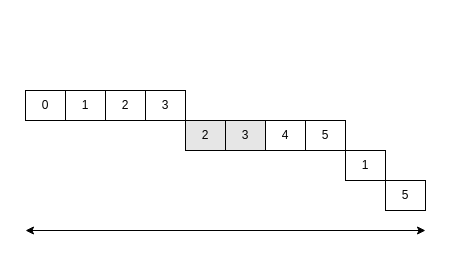
This is page "Page-2" (2 of 2) of cqm_inter_sync.drawio from huntershuai/file_sync, a draw.io file, before an edit. Source tidied: cells renumbered, new cells numbered last; positions are measured from the earlier drawing's top-left corner, leaving out a move shared by most shapes. Both pictures are drawn from the tidied source at 100%, with x=0, y=0 at pixel (25, 90).
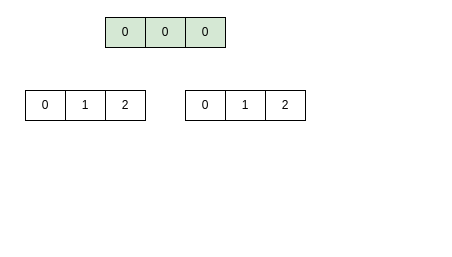
The same page after the edit.

What changed in the source:
```diff
@@
 <mxGraphModel>
   <root>
     <mxCell id="0" />
     <mxCell id="1" parent="0" />
     <mxCell id="2" value="0" style="rounded=0;whiteSpace=wrap;html=1;" parent="1" vertex="1">
       <mxGeometry width="40" height="30" as="geometry" />
     </mxCell>
     <mxCell id="3" value="1" style="rounded=0;whiteSpace=wrap;html=1;" parent="1" vertex="1">
       <mxGeometry x="40" width="40" height="30" as="geometry" />
     </mxCell>
     <mxCell id="4" value="2" style="rounded=0;whiteSpace=wrap;html=1;" parent="1" vertex="1">
       <mxGeometry x="80" width="40" height="30" as="geometry" />
     </mxCell>
-    <mxCell id="5" value="3" style="rounded=0;whiteSpace=wrap;html=1;" parent="1" vertex="1">
-      <mxGeometry x="120" width="40" height="30" as="geometry" />
-    </mxCell>
-    <mxCell id="6" value="5" style="rounded=0;whiteSpace=wrap;html=1;shadow=0;" parent="1" vertex="1">
-      <mxGeometry x="360" y="90" width="40" height="30" as="geometry" />
-    </mxCell>
-    <mxCell id="7" style="endArrow=classic;startArrow=classic;html=1;" parent="1" edge="1">
-      <mxGeometry relative="1" as="geometry">
-        <mxPoint y="140" as="sourcePoint" />
-        <mxPoint x="400" y="140" as="targetPoint" />
-      </mxGeometry>
-    </mxCell>
-    <mxCell id="8" style="group;" parent="1" vertex="1">
-      <mxGeometry x="160" y="30" width="160" height="60" as="geometry" />
-    </mxCell>
-    <mxCell id="9" style="group;shadow=0;" parent="8" vertex="1">
-      <mxGeometry width="160" height="30" as="geometry" />
-    </mxCell>
+    <mxCell id="15" value="0" style="rounded=0;whiteSpace=wrap;html=1;" parent="1" vertex="1">
+      <mxGeometry x="160" width="40" height="30" as="geometry" />
+    </mxCell>
+    <mxCell id="14" value="1" style="rounded=0;whiteSpace=wrap;html=1;" parent="1" vertex="1">
+      <mxGeometry x="200" width="40" height="30" as="geometry" />
+    </mxCell>
-    <mxCell id="10" value="2" style="rounded=0;whiteSpace=wrap;html=1;fillColor=#E6E6E6;" parent="9" vertex="1">
-      <mxGeometry width="40" height="30" as="geometry" />
+    <mxCell id="10" value="2" style="rounded=0;whiteSpace=wrap;html=1;" parent="1" vertex="1">
+      <mxGeometry x="240" width="40" height="30" as="geometry" />
     </mxCell>
-    <mxCell id="11" value="4" style="rounded=0;whiteSpace=wrap;html=1;" parent="9" vertex="1">
-      <mxGeometry x="80" width="40" height="30" as="geometry" />
-    </mxCell>
-    <mxCell id="12" value="5" style="rounded=0;whiteSpace=wrap;html=1;" parent="9" vertex="1">
-      <mxGeometry x="120" width="40" height="30" as="geometry" />
-    </mxCell>
-    <mxCell id="13" value="3" style="rounded=0;whiteSpace=wrap;html=1;fillColor=#E6E6E6;" parent="9" vertex="1">
-      <mxGeometry x="40" width="40" height="30" as="geometry" />
-    </mxCell>
-    <mxCell id="14" value="1" style="rounded=0;whiteSpace=wrap;html=1;" parent="1" vertex="1">
-      <mxGeometry x="320" y="60" width="40" height="30" as="geometry" />
-    </mxCell>
+    <mxCell id="16" value="0" style="rounded=0;whiteSpace=wrap;html=1;fillColor=#D5E8D4;" parent="1" vertex="1">
+      <mxGeometry x="80" y="-73" width="40" height="30" as="geometry" />
+    </mxCell>
+    <mxCell id="17" value="0" style="rounded=0;whiteSpace=wrap;html=1;fillColor=#D5E8D4;" parent="1" vertex="1">
+      <mxGeometry x="120" y="-73" width="40" height="30" as="geometry" />
+    </mxCell>
+    <mxCell id="18" value="0" style="rounded=0;whiteSpace=wrap;html=1;fillColor=#D5E8D4;" parent="1" vertex="1">
+      <mxGeometry x="160" y="-73" width="40" height="30" as="geometry" />
+    </mxCell>
   </root>
 </mxGraphModel>
```
